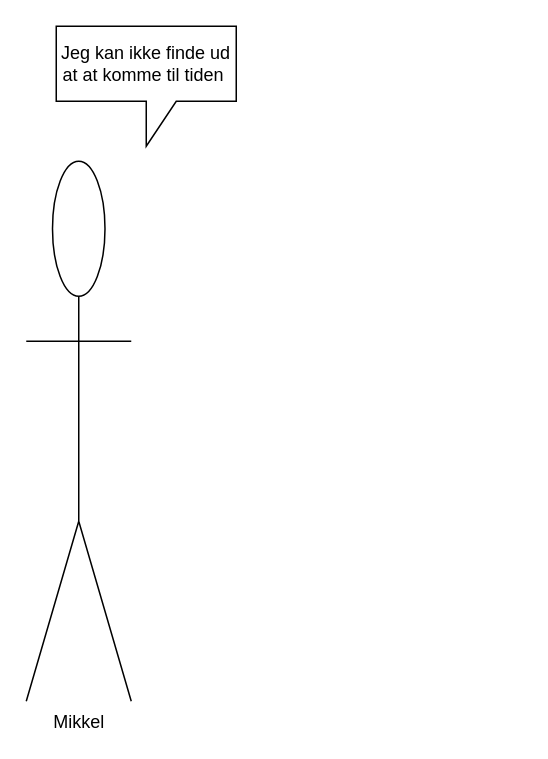
Above: page "Mikkel" (2 of 2) of Flowcharts/back-end.dio in BenjaEttrup/P2 (draw.io), before the change. Source tidied: cells renumbered, new cells numbered last; positions are measured from the earlier drawing's top-left corner, leaving out a move shared by most shapes. Both pictures are drawn from the tidied source at 150%, with x=0, y=0 at pixel (26, 26).
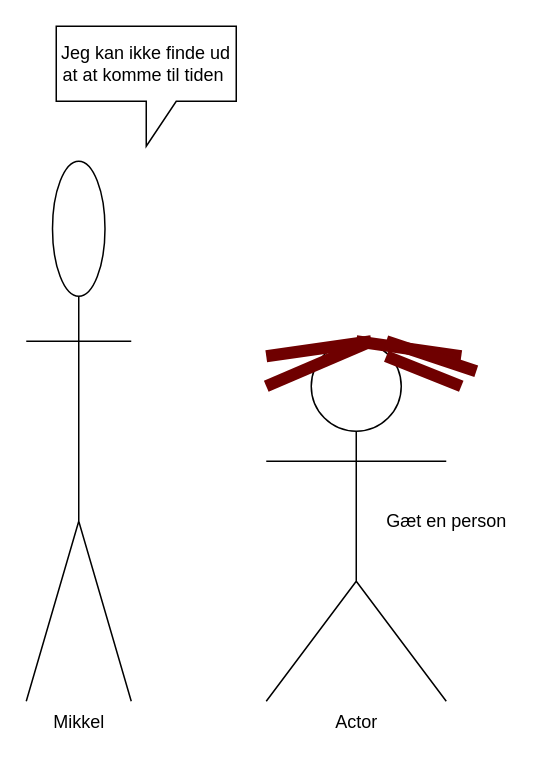
After the change.

What changed in the source:
```diff
@@
 <mxGraphModel>
   <root>
     <mxCell id="0" />
     <mxCell id="1" parent="0" />
     <mxCell id="2" style="group;" parent="1" vertex="1">
       <mxGeometry width="140" height="450" as="geometry" />
     </mxCell>
     <mxCell id="3" value="Mikkel" style="shape=umlActor;verticalLabelPosition=bottom;verticalAlign=top;html=1;" parent="2" vertex="1">
       <mxGeometry y="90" width="70" height="360" as="geometry" />
     </mxCell>
     <mxCell id="4" value="Jeg kan ikke finde ud at at komme til tiden&amp;nbsp;" style="shape=callout;whiteSpace=wrap;html=1;perimeter=calloutPerimeter;" parent="2" vertex="1">
       <mxGeometry x="20" width="120" height="80" as="geometry" />
     </mxCell>
+    <mxCell id="5" value="Actor" style="shape=umlActor;verticalLabelPosition=bottom;verticalAlign=top;html=1;outlineConnect=0;" parent="1" vertex="1">
+      <mxGeometry x="160" y="210" width="120" height="240" as="geometry" />
+    </mxCell>
+    <mxCell id="6" style="endArrow=none;html=1;fillColor=#a20025;strokeColor=#6F0000;entryX=0.5;entryY=0;entryDx=0;entryDy=0;entryPerimeter=0;strokeWidth=8;" parent="1" edge="1" target="5">
+      <mxGeometry relative="1" as="geometry">
+        <mxPoint x="290" y="220" as="sourcePoint" />
+      </mxGeometry>
+    </mxCell>
+    <mxCell id="7" style="endArrow=none;html=1;fillColor=#a20025;strokeColor=#6F0000;entryX=0.5;entryY=0;entryDx=0;entryDy=0;entryPerimeter=0;strokeWidth=8;" parent="1" edge="1">
+      <mxGeometry relative="1" as="geometry">
+        <mxPoint x="290" y="240" as="sourcePoint" />
+        <mxPoint x="240" y="220" as="targetPoint" />
+      </mxGeometry>
+    </mxCell>
+    <mxCell id="8" style="endArrow=none;html=1;fillColor=#a20025;strokeColor=#6F0000;strokeWidth=8;" parent="1" edge="1">
+      <mxGeometry relative="1" as="geometry">
+        <mxPoint x="300" y="230" as="sourcePoint" />
+        <mxPoint x="240" y="210" as="targetPoint" />
+      </mxGeometry>
+    </mxCell>
+    <mxCell id="9" style="endArrow=none;html=1;fillColor=#a20025;strokeColor=#6F0000;strokeWidth=8;" parent="1" edge="1">
+      <mxGeometry relative="1" as="geometry">
+        <mxPoint x="160" y="240" as="sourcePoint" />
+        <mxPoint x="230" y="210" as="targetPoint" />
+      </mxGeometry>
+    </mxCell>
+    <mxCell id="10" style="endArrow=none;html=1;fillColor=#a20025;strokeColor=#6F0000;strokeWidth=8;" parent="1" edge="1">
+      <mxGeometry relative="1" as="geometry">
+        <mxPoint x="160" y="220" as="sourcePoint" />
+        <mxPoint x="230" y="210" as="targetPoint" />
+      </mxGeometry>
+    </mxCell>
+    <mxCell id="11" value="Gæt en person&lt;br&gt;" style="text;html=1;align=center;verticalAlign=middle;strokeColor=none;fillColor=none;" parent="1" vertex="1">
+      <mxGeometry x="230" y="320" width="100" height="20" as="geometry" />
+    </mxCell>
   </root>
 </mxGraphModel>
```
